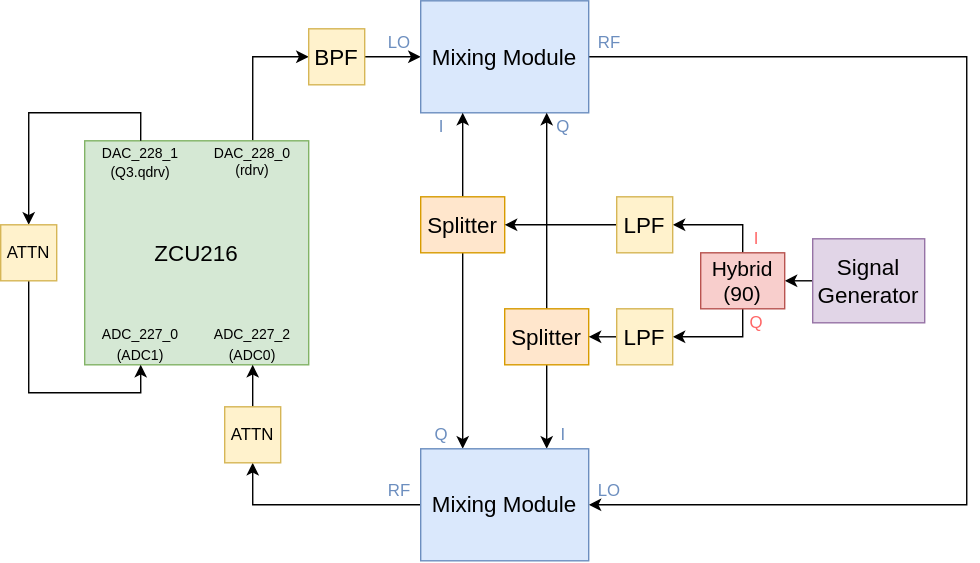
The draw.io diagram images/readout_emulator.svg in ghuangatlbl/qubictutorial, before a commit. Source tidied: cells renumbered, new cells last; positions are measured from the earlier drawing's top-left corner, leaving out a move shared by most shapes. Source of this version:
```xml
<mxGraphModel>
  <root>
    <mxCell id="0" />
    <mxCell id="1" parent="0" />
    <mxCell id="2" style="edgeStyle=orthogonalEdgeStyle;rounded=0;jettySize=auto;html=1;exitX=0.75;exitY=0;exitDx=0;exitDy=0;entryX=0;entryY=0.5;entryDx=0;entryDy=0;" parent="1" edge="1" source="3" target="5">
      <mxGeometry relative="1" as="geometry" />
    </mxCell>
    <mxCell id="3" value="&lt;font style=&quot;font-size: 16px;&quot;&gt;ZCU216&lt;/font&gt;" style="rounded=0;whiteSpace=wrap;html=1;fillColor=#d5e8d4;strokeColor=#82b366;" parent="1" vertex="1">
      <mxGeometry x="60" y="100" width="160" height="160" as="geometry" />
    </mxCell>
    <mxCell id="4" style="edgeStyle=orthogonalEdgeStyle;rounded=0;jettySize=auto;html=1;exitX=1;exitY=0.5;exitDx=0;exitDy=0;entryX=0;entryY=0.5;entryDx=0;entryDy=0;" parent="1" edge="1" source="5" target="7">
      <mxGeometry relative="1" as="geometry" />
    </mxCell>
    <mxCell id="5" value="&lt;font style=&quot;font-size: 16px;&quot;&gt;BPF&lt;/font&gt;" style="rounded=0;whiteSpace=wrap;html=1;fillColor=#fff2cc;strokeColor=#d6b656;" parent="1" vertex="1">
      <mxGeometry x="220" y="20" width="40" height="40" as="geometry" />
    </mxCell>
    <mxCell id="6" style="edgeStyle=orthogonalEdgeStyle;rounded=0;jettySize=auto;html=1;exitX=1;exitY=0.5;exitDx=0;exitDy=0;entryX=1;entryY=0.5;entryDx=0;entryDy=0;" parent="1" edge="1" source="7" target="15">
      <mxGeometry relative="1" as="geometry">
        <Array as="points">
          <mxPoint x="690" y="40" />
          <mxPoint x="690" y="360" />
        </Array>
      </mxGeometry>
    </mxCell>
    <mxCell id="7" value="&lt;font style=&quot;font-size: 16px;&quot;&gt;Mixing Module&lt;br&gt;&lt;/font&gt;" style="rounded=0;whiteSpace=wrap;html=1;fillColor=#dae8fc;strokeColor=#6c8ebf;" parent="1" vertex="1">
      <mxGeometry x="300" width="120" height="80" as="geometry" />
    </mxCell>
    <mxCell id="8" style="edgeStyle=orthogonalEdgeStyle;rounded=0;jettySize=auto;html=1;exitX=0.5;exitY=0;exitDx=0;exitDy=0;entryX=0.25;entryY=1;entryDx=0;entryDy=0;" parent="1" edge="1" source="10" target="7">
      <mxGeometry relative="1" as="geometry" />
    </mxCell>
    <mxCell id="9" style="edgeStyle=orthogonalEdgeStyle;rounded=0;jettySize=auto;html=1;exitX=0.5;exitY=1;exitDx=0;exitDy=0;entryX=0.25;entryY=0;entryDx=0;entryDy=0;" parent="1" edge="1" source="10" target="15">
      <mxGeometry relative="1" as="geometry" />
    </mxCell>
    <mxCell id="10" value="&lt;font style=&quot;font-size: 16px;&quot;&gt;Splitter&lt;/font&gt;" style="rounded=0;whiteSpace=wrap;html=1;fillColor=#ffe6cc;strokeColor=#d79b00;" parent="1" vertex="1">
      <mxGeometry x="300" y="140" width="60" height="40" as="geometry" />
    </mxCell>
    <mxCell id="11" style="edgeStyle=orthogonalEdgeStyle;rounded=0;jettySize=auto;html=1;exitX=0.5;exitY=1;exitDx=0;exitDy=0;entryX=0.75;entryY=0;entryDx=0;entryDy=0;" parent="1" edge="1" source="13" target="15">
      <mxGeometry relative="1" as="geometry" />
    </mxCell>
    <mxCell id="12" style="edgeStyle=orthogonalEdgeStyle;rounded=0;jettySize=auto;html=1;exitX=0.5;exitY=0;exitDx=0;exitDy=0;entryX=0.75;entryY=1;entryDx=0;entryDy=0;" parent="1" edge="1" source="13" target="7">
      <mxGeometry relative="1" as="geometry" />
    </mxCell>
    <mxCell id="13" value="&lt;font style=&quot;font-size: 16px;&quot;&gt;Splitter&lt;/font&gt;" style="rounded=0;whiteSpace=wrap;html=1;fillColor=#ffe6cc;strokeColor=#d79b00;" parent="1" vertex="1">
      <mxGeometry x="360" y="220" width="60" height="40" as="geometry" />
    </mxCell>
    <mxCell id="14" style="edgeStyle=orthogonalEdgeStyle;rounded=0;jettySize=auto;html=1;exitX=0;exitY=0.5;exitDx=0;exitDy=0;entryX=0.5;entryY=1;entryDx=0;entryDy=0;" parent="1" edge="1" source="15" target="43">
      <mxGeometry relative="1" as="geometry" />
    </mxCell>
    <mxCell id="15" value="&lt;font style=&quot;font-size: 16px;&quot;&gt;Mixing Module&lt;br&gt;&lt;/font&gt;" style="rounded=0;whiteSpace=wrap;html=1;fillColor=#dae8fc;strokeColor=#6c8ebf;" parent="1" vertex="1">
      <mxGeometry x="300" y="320" width="120" height="80" as="geometry" />
    </mxCell>
    <mxCell id="16" style="edgeStyle=orthogonalEdgeStyle;rounded=0;jettySize=auto;html=1;exitX=0;exitY=0.5;exitDx=0;exitDy=0;entryX=1;entryY=0.5;entryDx=0;entryDy=0;" parent="1" edge="1" source="17" target="20">
      <mxGeometry relative="1" as="geometry" />
    </mxCell>
    <mxCell id="17" value="&lt;font style=&quot;font-size: 16px;&quot;&gt;Signal Generator&lt;br&gt;&lt;/font&gt;" style="rounded=0;whiteSpace=wrap;html=1;fillColor=#e1d5e7;strokeColor=#9673a6;" parent="1" vertex="1">
      <mxGeometry x="580" y="170" width="80" height="60" as="geometry" />
    </mxCell>
    <mxCell id="18" style="edgeStyle=orthogonalEdgeStyle;rounded=0;jettySize=auto;html=1;exitX=0.5;exitY=0;exitDx=0;exitDy=0;entryX=1;entryY=0.5;entryDx=0;entryDy=0;" parent="1" edge="1" source="20" target="22">
      <mxGeometry relative="1" as="geometry" />
    </mxCell>
    <mxCell id="19" style="edgeStyle=orthogonalEdgeStyle;rounded=0;jettySize=auto;html=1;exitX=0.5;exitY=1;exitDx=0;exitDy=0;entryX=1;entryY=0.5;entryDx=0;entryDy=0;" parent="1" edge="1" source="20" target="24">
      <mxGeometry relative="1" as="geometry" />
    </mxCell>
    <mxCell id="20" value="&lt;font style=&quot;font-size: 15px;&quot;&gt;Hybrid (90)&lt;br&gt;&lt;/font&gt;" style="rounded=0;whiteSpace=wrap;html=1;fillColor=#f8cecc;strokeColor=#b85450;" parent="1" vertex="1">
      <mxGeometry x="500" y="180" width="60" height="40" as="geometry" />
    </mxCell>
    <mxCell id="21" style="edgeStyle=orthogonalEdgeStyle;rounded=0;jettySize=auto;html=1;exitX=0;exitY=0.5;exitDx=0;exitDy=0;entryX=1;entryY=0.5;entryDx=0;entryDy=0;" parent="1" edge="1" source="22" target="10">
      <mxGeometry relative="1" as="geometry" />
    </mxCell>
    <mxCell id="22" value="&lt;font style=&quot;font-size: 16px;&quot;&gt;LPF&lt;/font&gt;" style="rounded=0;whiteSpace=wrap;html=1;fillColor=#fff2cc;strokeColor=#d6b656;" parent="1" vertex="1">
      <mxGeometry x="440" y="140" width="40" height="40" as="geometry" />
    </mxCell>
    <mxCell id="23" style="edgeStyle=orthogonalEdgeStyle;rounded=0;jettySize=auto;html=1;exitX=0;exitY=0.5;exitDx=0;exitDy=0;entryX=1;entryY=0.5;entryDx=0;entryDy=0;" parent="1" edge="1" source="24" target="13">
      <mxGeometry relative="1" as="geometry" />
    </mxCell>
    <mxCell id="24" value="&lt;font style=&quot;font-size: 16px;&quot;&gt;LPF&lt;/font&gt;" style="rounded=0;whiteSpace=wrap;html=1;fillColor=#fff2cc;strokeColor=#d6b656;" parent="1" vertex="1">
      <mxGeometry x="440" y="220" width="40" height="40" as="geometry" />
    </mxCell>
    <mxCell id="25" value="&lt;div style=&quot;font-size: 10px;&quot;&gt;&lt;font style=&quot;font-size: 10px;&quot;&gt;DAC_228_0&lt;/font&gt;&lt;/div&gt;&lt;div style=&quot;font-size: 10px;&quot;&gt;&lt;font style=&quot;font-size: 10px;&quot;&gt;(rdrv)&lt;/font&gt;&lt;/div&gt;" style="text;html=1;strokeColor=none;fillColor=none;align=center;verticalAlign=middle;whiteSpace=wrap;rounded=0;" parent="1" vertex="1">
      <mxGeometry x="150" y="100" width="60" height="30" as="geometry" />
    </mxCell>
    <mxCell id="26" style="edgeStyle=orthogonalEdgeStyle;rounded=0;jettySize=auto;html=1;exitX=0.5;exitY=0;exitDx=0;exitDy=0;entryX=0.5;entryY=0;entryDx=0;entryDy=0;" parent="1" edge="1" source="27" target="41">
      <mxGeometry relative="1" as="geometry">
        <Array as="points">
          <mxPoint x="100" y="80" />
          <mxPoint x="20" y="80" />
        </Array>
      </mxGeometry>
    </mxCell>
    <mxCell id="27" value="&lt;font style=&quot;font-size: 10px;&quot;&gt;DAC_228_1&lt;br&gt;&lt;/font&gt;&lt;div style=&quot;font-size: 10px;&quot;&gt;&lt;font style=&quot;font-size: 10px;&quot;&gt;(Q3.qdrv)&lt;/font&gt;&lt;/div&gt;" style="text;html=1;strokeColor=none;fillColor=none;align=center;verticalAlign=middle;whiteSpace=wrap;rounded=0;" parent="1" vertex="1">
      <mxGeometry x="70" y="100" width="60" height="30" as="geometry" />
    </mxCell>
    <mxCell id="28" value="&lt;div&gt;&lt;font style=&quot;font-size: 10px;&quot;&gt;ADC_227_2&lt;/font&gt;&lt;/div&gt;&lt;div&gt;&lt;font style=&quot;font-size: 10px;&quot;&gt;(ADC0)&lt;/font&gt;&lt;/div&gt;" style="text;html=1;strokeColor=none;fillColor=none;align=center;verticalAlign=middle;whiteSpace=wrap;rounded=0;" parent="1" vertex="1">
      <mxGeometry x="150" y="230" width="60" height="30" as="geometry" />
    </mxCell>
    <mxCell id="29" value="&lt;font color=&quot;#6c8ebf&quot;&gt;Q&lt;/font&gt;" style="text;html=1;strokeColor=none;fillColor=none;align=center;verticalAlign=middle;whiteSpace=wrap;rounded=0;" parent="1" vertex="1">
      <mxGeometry x="387" y="80" width="30" height="20" as="geometry" />
    </mxCell>
    <mxCell id="30" value="&lt;font color=&quot;#6c8ebf&quot;&gt;Q&lt;/font&gt;" style="text;html=1;strokeColor=none;fillColor=none;align=center;verticalAlign=middle;whiteSpace=wrap;rounded=0;" parent="1" vertex="1">
      <mxGeometry x="300" y="300" width="30" height="20" as="geometry" />
    </mxCell>
    <mxCell id="31" value="&lt;font color=&quot;#6c8ebf&quot;&gt;I&lt;/font&gt;" style="text;html=1;strokeColor=none;fillColor=none;align=center;verticalAlign=middle;whiteSpace=wrap;rounded=0;" parent="1" vertex="1">
      <mxGeometry x="387" y="300" width="30" height="20" as="geometry" />
    </mxCell>
    <mxCell id="32" value="&lt;font color=&quot;#6c8ebf&quot;&gt;I&lt;/font&gt;" style="text;html=1;strokeColor=none;fillColor=none;align=center;verticalAlign=middle;whiteSpace=wrap;rounded=0;" parent="1" vertex="1">
      <mxGeometry x="300" y="80" width="30" height="20" as="geometry" />
    </mxCell>
    <mxCell id="33" value="&lt;font color=&quot;#6c8ebf&quot;&gt;RF&lt;/font&gt;" style="text;html=1;strokeColor=none;fillColor=none;align=center;verticalAlign=middle;whiteSpace=wrap;rounded=0;" parent="1" vertex="1">
      <mxGeometry x="270" y="340" width="30" height="20" as="geometry" />
    </mxCell>
    <mxCell id="34" value="&lt;font color=&quot;#6c8ebf&quot;&gt;RF&lt;/font&gt;" style="text;html=1;strokeColor=none;fillColor=none;align=center;verticalAlign=middle;whiteSpace=wrap;rounded=0;" parent="1" vertex="1">
      <mxGeometry x="420" y="20" width="30" height="20" as="geometry" />
    </mxCell>
    <mxCell id="35" value="&lt;font color=&quot;#6c8ebf&quot;&gt;LO&lt;/font&gt;" style="text;html=1;strokeColor=none;fillColor=none;align=center;verticalAlign=middle;whiteSpace=wrap;rounded=0;" parent="1" vertex="1">
      <mxGeometry x="270" y="20" width="30" height="20" as="geometry" />
    </mxCell>
    <mxCell id="36" value="&lt;font color=&quot;#6c8ebf&quot;&gt;LO&lt;/font&gt;" style="text;html=1;strokeColor=none;fillColor=none;align=center;verticalAlign=middle;whiteSpace=wrap;rounded=0;" parent="1" vertex="1">
      <mxGeometry x="420" y="340" width="30" height="20" as="geometry" />
    </mxCell>
    <mxCell id="37" value="&lt;font color=&quot;#ff6666&quot;&gt;I&lt;/font&gt;" style="text;html=1;strokeColor=none;fillColor=none;align=center;verticalAlign=middle;whiteSpace=wrap;rounded=0;" parent="1" vertex="1">
      <mxGeometry x="530" y="160" width="20" height="20" as="geometry" />
    </mxCell>
    <mxCell id="38" value="&lt;font color=&quot;#ff6666&quot;&gt;Q&lt;/font&gt;" style="text;html=1;strokeColor=none;fillColor=none;align=center;verticalAlign=middle;whiteSpace=wrap;rounded=0;" parent="1" vertex="1">
      <mxGeometry x="530" y="220" width="20" height="20" as="geometry" />
    </mxCell>
    <mxCell id="39" value="&lt;div&gt;&lt;font style=&quot;font-size: 10px;&quot;&gt;ADC_227_0&lt;/font&gt;&lt;/div&gt;&lt;div&gt;&lt;font style=&quot;font-size: 10px;&quot;&gt;(ADC1)&lt;/font&gt;&lt;/div&gt;" style="text;html=1;strokeColor=none;fillColor=none;align=center;verticalAlign=middle;whiteSpace=wrap;rounded=0;" parent="1" vertex="1">
      <mxGeometry x="70" y="230" width="60" height="30" as="geometry" />
    </mxCell>
    <mxCell id="40" style="edgeStyle=orthogonalEdgeStyle;rounded=0;jettySize=auto;html=1;exitX=0.5;exitY=1;exitDx=0;exitDy=0;entryX=0.5;entryY=1;entryDx=0;entryDy=0;" parent="1" edge="1" source="41" target="39">
      <mxGeometry relative="1" as="geometry" />
    </mxCell>
    <mxCell id="41" value="ATTN" style="rounded=0;whiteSpace=wrap;html=1;fillColor=#fff2cc;strokeColor=#d6b656;" parent="1" vertex="1">
      <mxGeometry y="160" width="40" height="40" as="geometry" />
    </mxCell>
    <mxCell id="42" style="edgeStyle=orthogonalEdgeStyle;rounded=0;jettySize=auto;html=1;exitX=0.5;exitY=0;exitDx=0;exitDy=0;entryX=0.5;entryY=1;entryDx=0;entryDy=0;" parent="1" edge="1" source="43" target="28">
      <mxGeometry relative="1" as="geometry" />
    </mxCell>
    <mxCell id="43" value="ATTN" style="rounded=0;whiteSpace=wrap;html=1;fillColor=#fff2cc;strokeColor=#d6b656;" parent="1" vertex="1">
      <mxGeometry x="160" y="290" width="40" height="40" as="geometry" />
    </mxCell>
  </root>
</mxGraphModel>
```
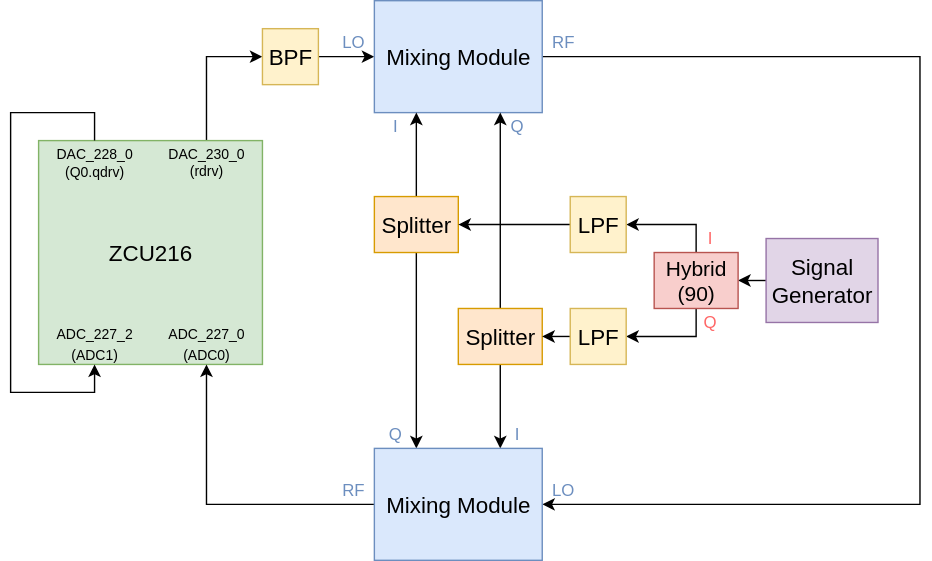
After the change.

Change to the diagram source:
```diff
@@ -43,7 +43,7 @@
     <mxCell id="13" value="&lt;font style=&quot;font-size: 16px;&quot;&gt;Splitter&lt;/font&gt;" style="rounded=0;whiteSpace=wrap;html=1;fillColor=#ffe6cc;strokeColor=#d79b00;" parent="1" vertex="1">
       <mxGeometry x="360" y="220" width="60" height="40" as="geometry" />
     </mxCell>
-    <mxCell id="14" style="edgeStyle=orthogonalEdgeStyle;rounded=0;jettySize=auto;html=1;exitX=0;exitY=0.5;exitDx=0;exitDy=0;entryX=0.5;entryY=1;entryDx=0;entryDy=0;" parent="1" edge="1" source="15" target="43">
+    <mxCell id="14" style="edgeStyle=orthogonalEdgeStyle;rounded=0;jettySize=auto;html=1;exitX=0;exitY=0.5;exitDx=0;exitDy=0;entryX=0.75;entryY=1;entryDx=0;entryDy=0;" parent="1" edge="1" source="15" target="3">
       <mxGeometry relative="1" as="geometry" />
     </mxCell>
     <mxCell id="15" value="&lt;font style=&quot;font-size: 16px;&quot;&gt;Mixing Module&lt;br&gt;&lt;/font&gt;" style="rounded=0;whiteSpace=wrap;html=1;fillColor=#dae8fc;strokeColor=#6c8ebf;" parent="1" vertex="1">
@@ -76,21 +76,13 @@
     <mxCell id="24" value="&lt;font style=&quot;font-size: 16px;&quot;&gt;LPF&lt;/font&gt;" style="rounded=0;whiteSpace=wrap;html=1;fillColor=#fff2cc;strokeColor=#d6b656;" parent="1" vertex="1">
       <mxGeometry x="440" y="220" width="40" height="40" as="geometry" />
     </mxCell>
-    <mxCell id="25" value="&lt;div style=&quot;font-size: 10px;&quot;&gt;&lt;font style=&quot;font-size: 10px;&quot;&gt;DAC_228_0&lt;/font&gt;&lt;/div&gt;&lt;div style=&quot;font-size: 10px;&quot;&gt;&lt;font style=&quot;font-size: 10px;&quot;&gt;(rdrv)&lt;/font&gt;&lt;/div&gt;" style="text;html=1;strokeColor=none;fillColor=none;align=center;verticalAlign=middle;whiteSpace=wrap;rounded=0;" parent="1" vertex="1">
+    <mxCell id="25" value="&lt;div style=&quot;font-size: 10px;&quot;&gt;&lt;font style=&quot;font-size: 10px;&quot;&gt;DAC_230_0&lt;/font&gt;&lt;/div&gt;&lt;div style=&quot;font-size: 10px;&quot;&gt;&lt;font style=&quot;font-size: 10px;&quot;&gt;(rdrv)&lt;/font&gt;&lt;/div&gt;" style="text;html=1;strokeColor=none;fillColor=none;align=center;verticalAlign=middle;whiteSpace=wrap;rounded=0;" parent="1" vertex="1">
       <mxGeometry x="150" y="100" width="60" height="30" as="geometry" />
     </mxCell>
-    <mxCell id="26" style="edgeStyle=orthogonalEdgeStyle;rounded=0;jettySize=auto;html=1;exitX=0.5;exitY=0;exitDx=0;exitDy=0;entryX=0.5;entryY=0;entryDx=0;entryDy=0;" parent="1" edge="1" source="27" target="41">
-      <mxGeometry relative="1" as="geometry">
-        <Array as="points">
-          <mxPoint x="100" y="80" />
-          <mxPoint x="20" y="80" />
-        </Array>
-      </mxGeometry>
-    </mxCell>
-    <mxCell id="27" value="&lt;font style=&quot;font-size: 10px;&quot;&gt;DAC_228_1&lt;br&gt;&lt;/font&gt;&lt;div style=&quot;font-size: 10px;&quot;&gt;&lt;font style=&quot;font-size: 10px;&quot;&gt;(Q3.qdrv)&lt;/font&gt;&lt;/div&gt;" style="text;html=1;strokeColor=none;fillColor=none;align=center;verticalAlign=middle;whiteSpace=wrap;rounded=0;" parent="1" vertex="1">
+    <mxCell id="27" value="&lt;font style=&quot;font-size: 10px;&quot;&gt;DAC_228_0&lt;br&gt;&lt;/font&gt;&lt;div style=&quot;font-size: 10px;&quot;&gt;&lt;font style=&quot;font-size: 10px;&quot;&gt;(Q0.qdrv)&lt;/font&gt;&lt;/div&gt;" style="text;html=1;strokeColor=none;fillColor=none;align=center;verticalAlign=middle;whiteSpace=wrap;rounded=0;" parent="1" vertex="1">
       <mxGeometry x="70" y="100" width="60" height="30" as="geometry" />
     </mxCell>
-    <mxCell id="28" value="&lt;div&gt;&lt;font style=&quot;font-size: 10px;&quot;&gt;ADC_227_2&lt;/font&gt;&lt;/div&gt;&lt;div&gt;&lt;font style=&quot;font-size: 10px;&quot;&gt;(ADC0)&lt;/font&gt;&lt;/div&gt;" style="text;html=1;strokeColor=none;fillColor=none;align=center;verticalAlign=middle;whiteSpace=wrap;rounded=0;" parent="1" vertex="1">
+    <mxCell id="28" value="&lt;div&gt;&lt;font style=&quot;font-size: 10px;&quot;&gt;ADC_227_0&lt;/font&gt;&lt;/div&gt;&lt;div&gt;&lt;font style=&quot;font-size: 10px;&quot;&gt;(ADC0)&lt;/font&gt;&lt;/div&gt;" style="text;html=1;strokeColor=none;fillColor=none;align=center;verticalAlign=middle;whiteSpace=wrap;rounded=0;" parent="1" vertex="1">
       <mxGeometry x="150" y="230" width="60" height="30" as="geometry" />
     </mxCell>
     <mxCell id="29" value="&lt;font color=&quot;#6c8ebf&quot;&gt;Q&lt;/font&gt;" style="text;html=1;strokeColor=none;fillColor=none;align=center;verticalAlign=middle;whiteSpace=wrap;rounded=0;" parent="1" vertex="1">
@@ -123,20 +115,18 @@
     <mxCell id="38" value="&lt;font color=&quot;#ff6666&quot;&gt;Q&lt;/font&gt;" style="text;html=1;strokeColor=none;fillColor=none;align=center;verticalAlign=middle;whiteSpace=wrap;rounded=0;" parent="1" vertex="1">
       <mxGeometry x="530" y="220" width="20" height="20" as="geometry" />
     </mxCell>
+    <mxCell id="44" style="edgeStyle=orthogonalEdgeStyle;rounded=0;jettySize=auto;html=1;exitX=0.5;exitY=0;exitDx=0;exitDy=0;entryX=0.5;entryY=1;entryDx=0;entryDy=0;" parent="1" edge="1" source="27" target="39">
+      <mxGeometry relative="1" as="geometry">
+        <Array as="points">
+          <mxPoint x="100" y="80" />
+          <mxPoint x="40" y="80" />
+          <mxPoint x="40" y="280" />
+          <mxPoint x="100" y="280" />
+        </Array>
+      </mxGeometry>
+    </mxCell>
-    <mxCell id="39" value="&lt;div&gt;&lt;font style=&quot;font-size: 10px;&quot;&gt;ADC_227_0&lt;/font&gt;&lt;/div&gt;&lt;div&gt;&lt;font style=&quot;font-size: 10px;&quot;&gt;(ADC1)&lt;/font&gt;&lt;/div&gt;" style="text;html=1;strokeColor=none;fillColor=none;align=center;verticalAlign=middle;whiteSpace=wrap;rounded=0;" parent="1" vertex="1">
+    <mxCell id="39" value="&lt;div&gt;&lt;font style=&quot;font-size: 10px;&quot;&gt;ADC_227_2&lt;/font&gt;&lt;/div&gt;&lt;div&gt;&lt;font style=&quot;font-size: 10px;&quot;&gt;(ADC1)&lt;/font&gt;&lt;/div&gt;" style="text;html=1;strokeColor=none;fillColor=none;align=center;verticalAlign=middle;whiteSpace=wrap;rounded=0;" parent="1" vertex="1">
       <mxGeometry x="70" y="230" width="60" height="30" as="geometry" />
     </mxCell>
-    <mxCell id="40" style="edgeStyle=orthogonalEdgeStyle;rounded=0;jettySize=auto;html=1;exitX=0.5;exitY=1;exitDx=0;exitDy=0;entryX=0.5;entryY=1;entryDx=0;entryDy=0;" parent="1" edge="1" source="41" target="39">
-      <mxGeometry relative="1" as="geometry" />
-    </mxCell>
-    <mxCell id="41" value="ATTN" style="rounded=0;whiteSpace=wrap;html=1;fillColor=#fff2cc;strokeColor=#d6b656;" parent="1" vertex="1">
-      <mxGeometry y="160" width="40" height="40" as="geometry" />
-    </mxCell>
-    <mxCell id="42" style="edgeStyle=orthogonalEdgeStyle;rounded=0;jettySize=auto;html=1;exitX=0.5;exitY=0;exitDx=0;exitDy=0;entryX=0.5;entryY=1;entryDx=0;entryDy=0;" parent="1" edge="1" source="43" target="28">
-      <mxGeometry relative="1" as="geometry" />
-    </mxCell>
-    <mxCell id="43" value="ATTN" style="rounded=0;whiteSpace=wrap;html=1;fillColor=#fff2cc;strokeColor=#d6b656;" parent="1" vertex="1">
-      <mxGeometry x="160" y="290" width="40" height="40" as="geometry" />
-    </mxCell>
   </root>
 </mxGraphModel>
```
